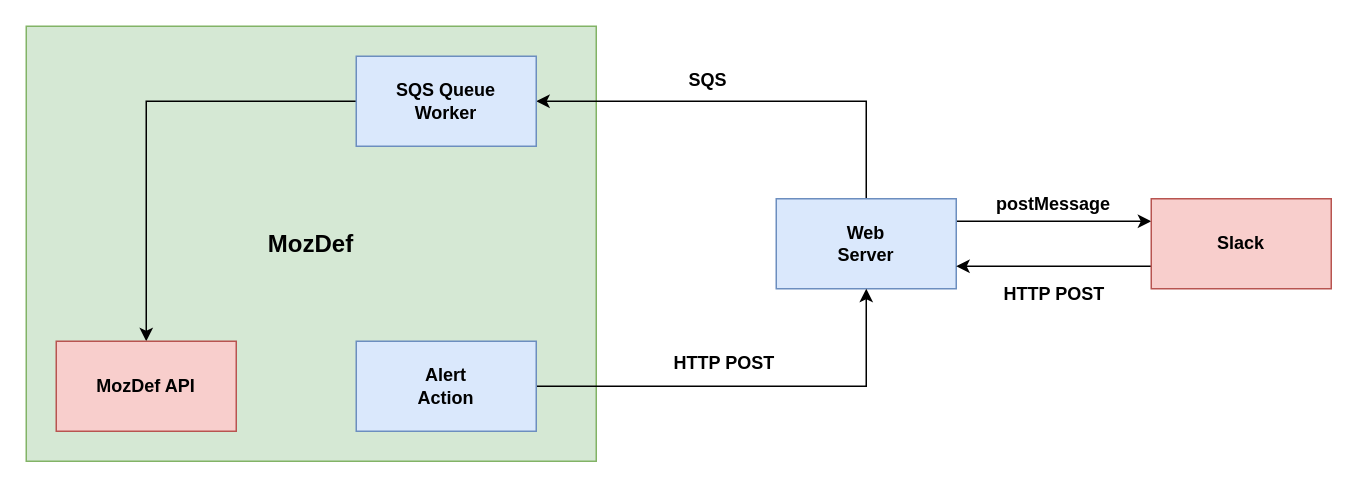
The draw.io diagram docs/diagrams/bot_architecture.drawio in mozilla/MozDef-Triage-Bot, before the edit. Source tidied: cells renumbered, new cells numbered last; positions are measured from the earlier drawing's top-left corner, leaving out a move shared by most shapes. Both pictures are drawn from the tidied source at 150%, with x=0, y=0 at pixel (26, 26).
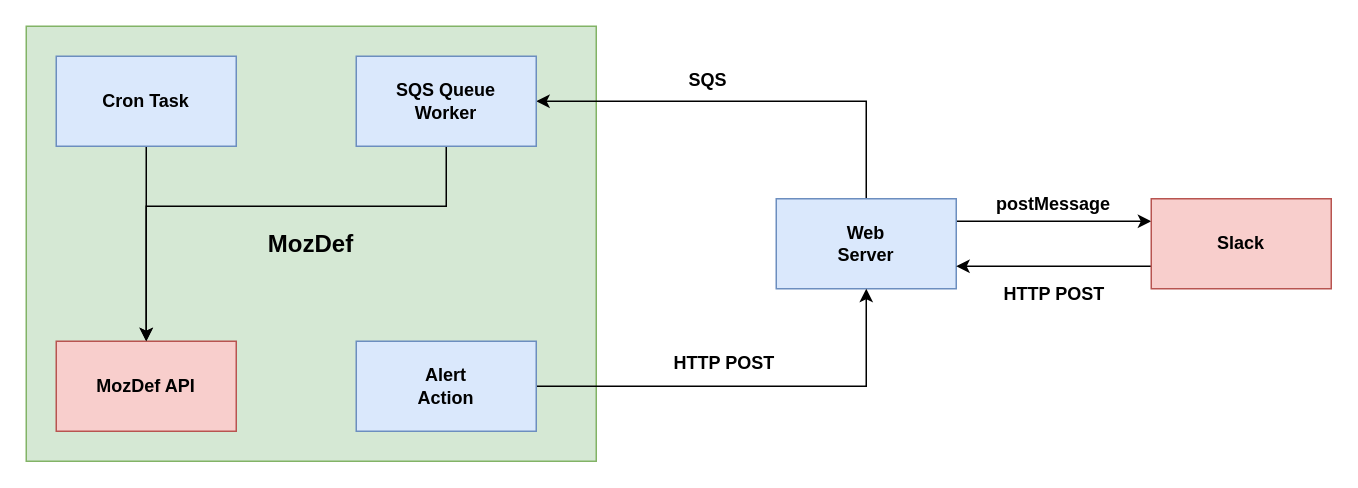
The same page after the edit.

Commit message (it also covers changes not shown here):
Describe a cron task component that will handle updating the statuses of duplicate alerts

The change refers to these unchanged cells:
```xml
<mxCell id="10" value="SQS Queue&lt;br&gt;Worker" style="rounded=0;whiteSpace=wrap;html=1;fillColor=#dae8fc;strokeColor=#6c8ebf;fontStyle=1;" parent="1" vertex="1">
  <mxGeometry x="220" y="20" width="120" height="60" as="geometry" />
</mxCell>
<mxCell id="13" value="MozDef API" style="rounded=0;whiteSpace=wrap;html=1;fillColor=#f8cecc;strokeColor=#b85450;fontStyle=1;" parent="1" vertex="1">
  <mxGeometry x="20" y="210" width="120" height="60" as="geometry" />
</mxCell>
```

Diff of the diagram source:
```diff
@@
-    <mxCell id="9" style="edgeStyle=orthogonalEdgeStyle;rounded=0;jettySize=auto;html=1;exitX=0;exitY=0.5;exitDx=0;exitDy=0;entryX=0.5;entryY=0;entryDx=0;entryDy=0;startArrow=none;startFill=0;" parent="1" edge="1" source="10" target="13">
-      <mxGeometry relative="1" as="geometry" />
+    <mxCell id="9" style="edgeStyle=orthogonalEdgeStyle;rounded=0;jettySize=auto;html=1;exitX=0.5;exitY=1;exitDx=0;exitDy=0;entryX=0.5;entryY=0;entryDx=0;entryDy=0;" parent="1" edge="1" source="10" target="13">
+      <mxGeometry relative="1" as="geometry">
+        <Array as="points">
+          <mxPoint x="280" y="120" />
+          <mxPoint x="80" y="120" />
+        </Array>
+      </mxGeometry>
     </mxCell>
@@
+    <mxCell id="18" style="edgeStyle=orthogonalEdgeStyle;rounded=0;jettySize=auto;html=1;exitX=0.5;exitY=1;exitDx=0;exitDy=0;entryX=0.5;entryY=0;entryDx=0;entryDy=0;" parent="1" edge="1" source="19" target="13">
+      <mxGeometry relative="1" as="geometry" />
+    </mxCell>
+    <mxCell id="19" value="Cron Task" style="rounded=0;whiteSpace=wrap;html=1;fillColor=#dae8fc;strokeColor=#6c8ebf;fontStyle=1;" parent="1" vertex="1">
+      <mxGeometry x="20" y="20" width="120" height="60" as="geometry" />
+    </mxCell>
```
